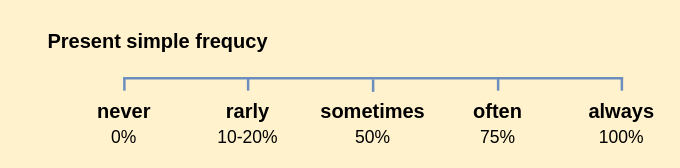
This is Obsidian note.drawio from Gump8/online-draw-picture, a draw.io file, before an edit. Source tidied: cells renumbered, new cells numbered last; positions are measured from the earlier drawing's top-left corner, leaving out a move shared by most shapes. Both pictures are drawn from the tidied source at 125%, with x=0, y=0 at pixel (21, 21).
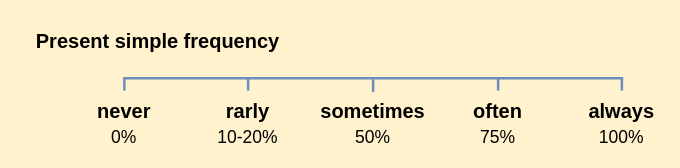
After the change.

Diff of the diagram source:
```diff
@@
 <mxGraphModel background="#FFF2CC">
   <root>
     <mxCell id="0" />
     <mxCell id="1" parent="0" />
     <mxCell id="2" style="line;strokeWidth=2;html=1;fillColor=#dae8fc;strokeColor=#6c8ebf;" parent="1" vertex="1">
       <mxGeometry x="81" y="40" width="400" height="10" as="geometry" />
     </mxCell>
     <mxCell id="3" style="line;strokeWidth=2;html=1;direction=south;fillColor=#dae8fc;strokeColor=#6c8ebf;" parent="1" vertex="1">
       <mxGeometry x="276" y="46" width="10" height="10" as="geometry" />
     </mxCell>
     <mxCell id="4" style="line;strokeWidth=2;html=1;direction=south;fillColor=#dae8fc;strokeColor=#6c8ebf;" parent="1" vertex="1">
       <mxGeometry x="77" y="45" width="10" height="10" as="geometry" />
     </mxCell>
     <mxCell id="5" style="line;strokeWidth=2;html=1;direction=south;fillColor=#dae8fc;strokeColor=#6c8ebf;" parent="1" vertex="1">
       <mxGeometry x="475" y="45" width="10" height="10" as="geometry" />
     </mxCell>
     <mxCell id="6" style="line;strokeWidth=2;html=1;direction=south;fillColor=#dae8fc;strokeColor=#6c8ebf;" parent="1" vertex="1">
       <mxGeometry x="176" y="45" width="10" height="10" as="geometry" />
     </mxCell>
     <mxCell id="7" style="line;strokeWidth=2;html=1;direction=south;fillColor=#dae8fc;strokeColor=#6c8ebf;" parent="1" vertex="1">
       <mxGeometry x="376" y="45" width="10" height="10" as="geometry" />
     </mxCell>
     <mxCell id="8" value="never&lt;br style=&quot;font-size: 16px;&quot;&gt;&lt;span style=&quot;font-weight: normal;&quot;&gt;&lt;font style=&quot;font-size: 14px;&quot;&gt;0%&lt;/font&gt;&lt;/span&gt;" style="text;html=1;strokeColor=none;fillColor=none;align=center;verticalAlign=middle;whiteSpace=wrap;rounded=0;fontSize=16;fontStyle=1;" parent="1" vertex="1">
       <mxGeometry x="52" y="66" width="60" height="30" as="geometry" />
     </mxCell>
     <mxCell id="9" value="sometimes&lt;br style=&quot;font-size: 16px;&quot;&gt;&lt;span style=&quot;font-weight: normal;&quot;&gt;&lt;font style=&quot;font-size: 14px;&quot;&gt;50%&lt;/font&gt;&lt;/span&gt;" style="text;html=1;strokeColor=none;fillColor=none;align=center;verticalAlign=middle;whiteSpace=wrap;rounded=0;fontSize=16;fontStyle=1;" parent="1" vertex="1">
       <mxGeometry x="251" y="66" width="60" height="30" as="geometry" />
     </mxCell>
     <mxCell id="10" value="always&lt;br style=&quot;font-size: 16px;&quot;&gt;&lt;font style=&quot;font-size: 14px; font-weight: normal;&quot;&gt;100%&lt;/font&gt;" style="text;html=1;strokeColor=none;fillColor=none;align=center;verticalAlign=middle;whiteSpace=wrap;rounded=0;fontSize=16;fontStyle=1;" parent="1" vertex="1">
       <mxGeometry x="450" y="66" width="60" height="30" as="geometry" />
     </mxCell>
     <mxCell id="11" value="often&lt;br style=&quot;font-size: 16px;&quot;&gt;&lt;font style=&quot;font-size: 14px; font-weight: normal;&quot;&gt;75%&lt;/font&gt;" style="text;html=1;strokeColor=none;fillColor=none;align=center;verticalAlign=middle;whiteSpace=wrap;rounded=0;fontSize=16;fontStyle=1;" parent="1" vertex="1">
       <mxGeometry x="351" y="66" width="60" height="30" as="geometry" />
     </mxCell>
     <mxCell id="12" value="rarly&lt;br style=&quot;font-size: 16px;&quot;&gt;&lt;span style=&quot;font-weight: normal;&quot;&gt;&lt;font style=&quot;font-size: 14px;&quot;&gt;10-20%&lt;/font&gt;&lt;/span&gt;" style="text;html=1;strokeColor=none;fillColor=none;align=center;verticalAlign=middle;whiteSpace=wrap;rounded=0;fontSize=16;fontStyle=1;" parent="1" vertex="1">
       <mxGeometry x="151" y="66" width="60" height="30" as="geometry" />
     </mxCell>
-    <mxCell id="13" value="Present simple frequcy" style="text;html=1;strokeColor=none;fillColor=none;align=center;verticalAlign=middle;whiteSpace=wrap;rounded=0;fontSize=16;fontStyle=1;" parent="1" vertex="1">
+    <mxCell id="13" value="Present simple frequency" style="text;html=1;strokeColor=none;fillColor=none;align=center;verticalAlign=middle;whiteSpace=wrap;rounded=0;fontSize=16;fontStyle=1;" parent="1" vertex="1">
       <mxGeometry width="218" height="30" as="geometry" />
     </mxCell>
   </root>
 </mxGraphModel>
```
